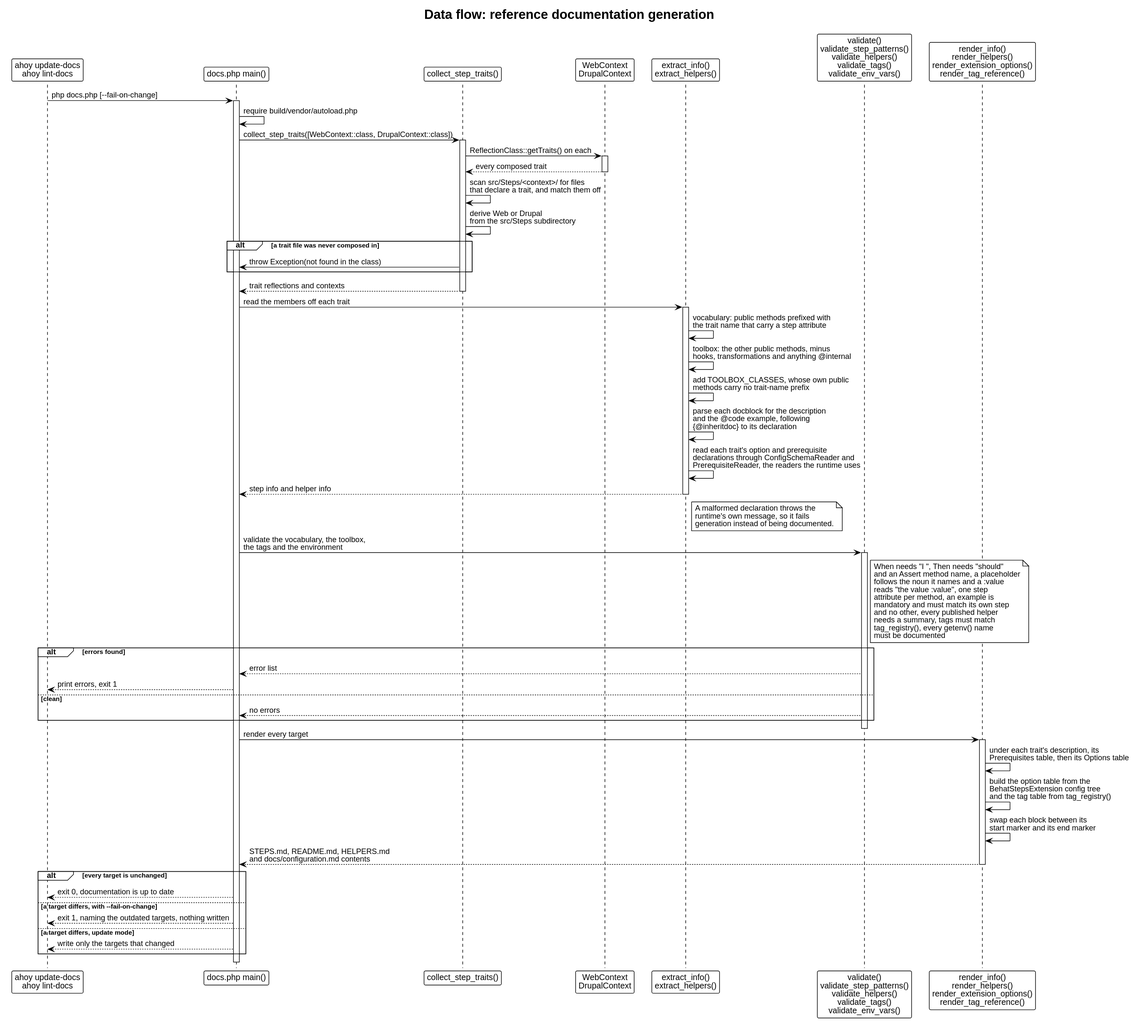
Earlier version of the PlantUML export docs/architecture/dataflow-docs.svg (drevops/behat-steps).
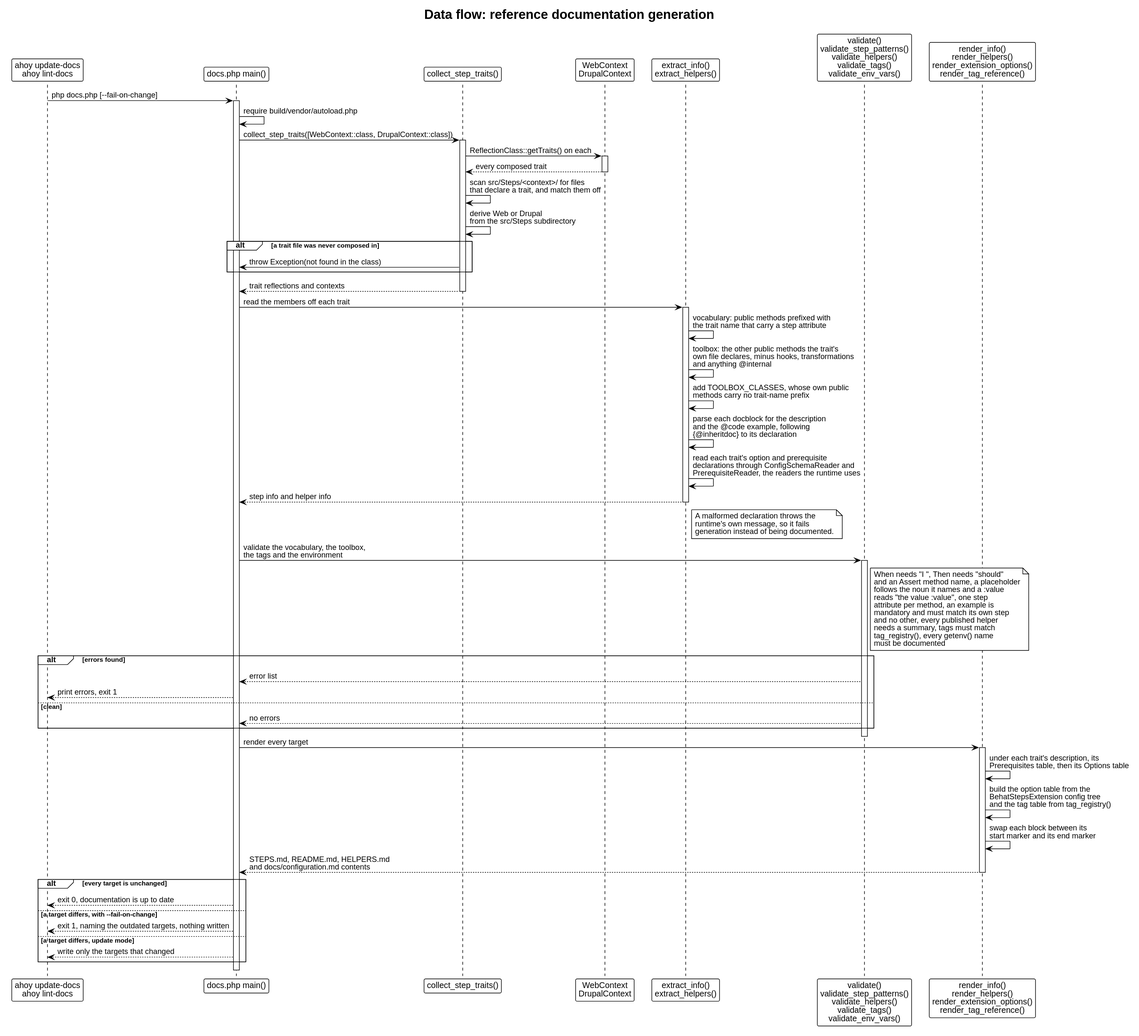
Above is the later version.

The edit, as a diff of the source:
```diff
@@ -35,7 +35,7 @@
 Main -> Extract: read the members off each trait
 activate Extract
 Extract -> Extract: vocabulary: public methods prefixed with\nthe trait name that carry a step attribute
-Extract -> Extract: toolbox: the other public methods, minus\nhooks, transformations and anything @internal
+Extract -> Extract: toolbox: the other public methods the trait's\nown file declares, minus hooks, transformations\nand anything @internal
 Extract -> Extract: add TOOLBOX_CLASSES, whose own public\nmethods carry no trait-name prefix
 Extract -> Extract: parse each docblock for the description\nand the @code example, following\n{@inheritdoc} to its declaration
 Extract -> Extract: read each trait's option and prerequisite\ndeclarations through ConfigSchemaReader and\nPrerequisiteReader, the readers the runtime uses
```
